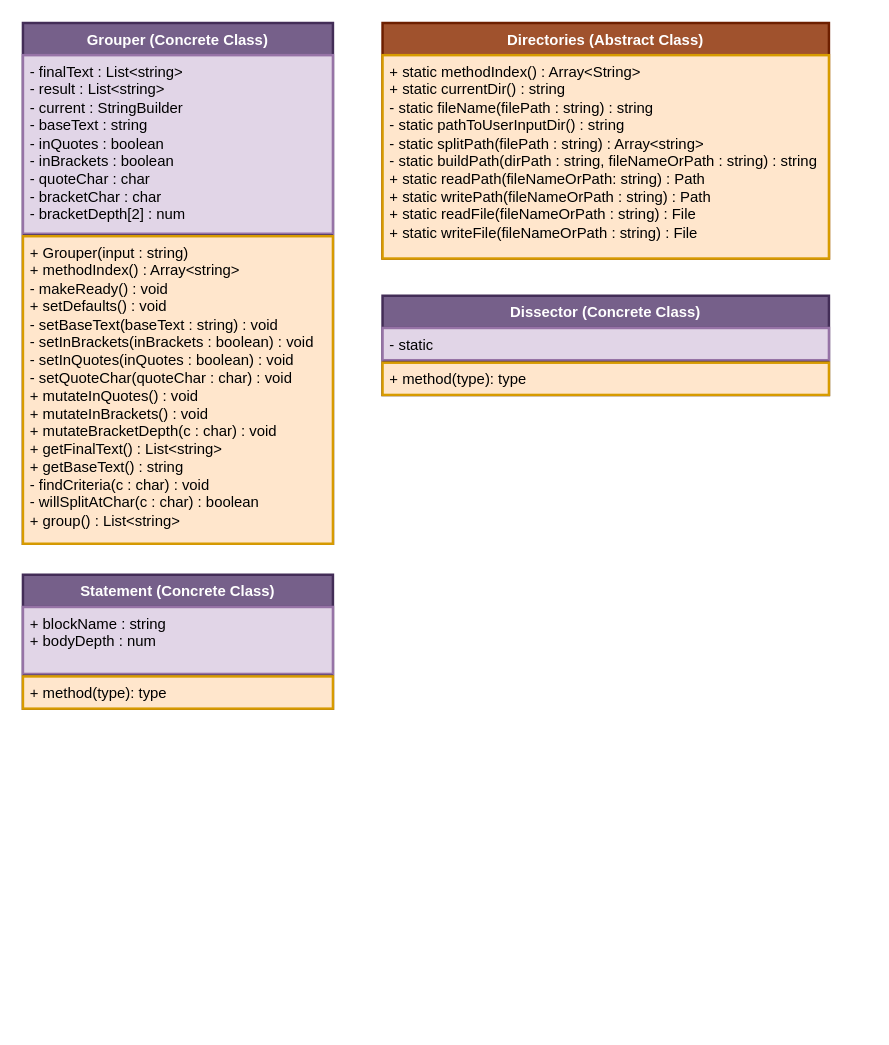
The draw.io diagram dev/ClassDiagrams.drawio in BroerSakki/PseudoCompiler, before the edit. Source tidied: cells renumbered, new cells numbered last; positions are measured from the earlier drawing's top-left corner, leaving out a move shared by most shapes. Both pictures are drawn from the tidied source at 124%, with x=0, y=0 at pixel (22, 22).
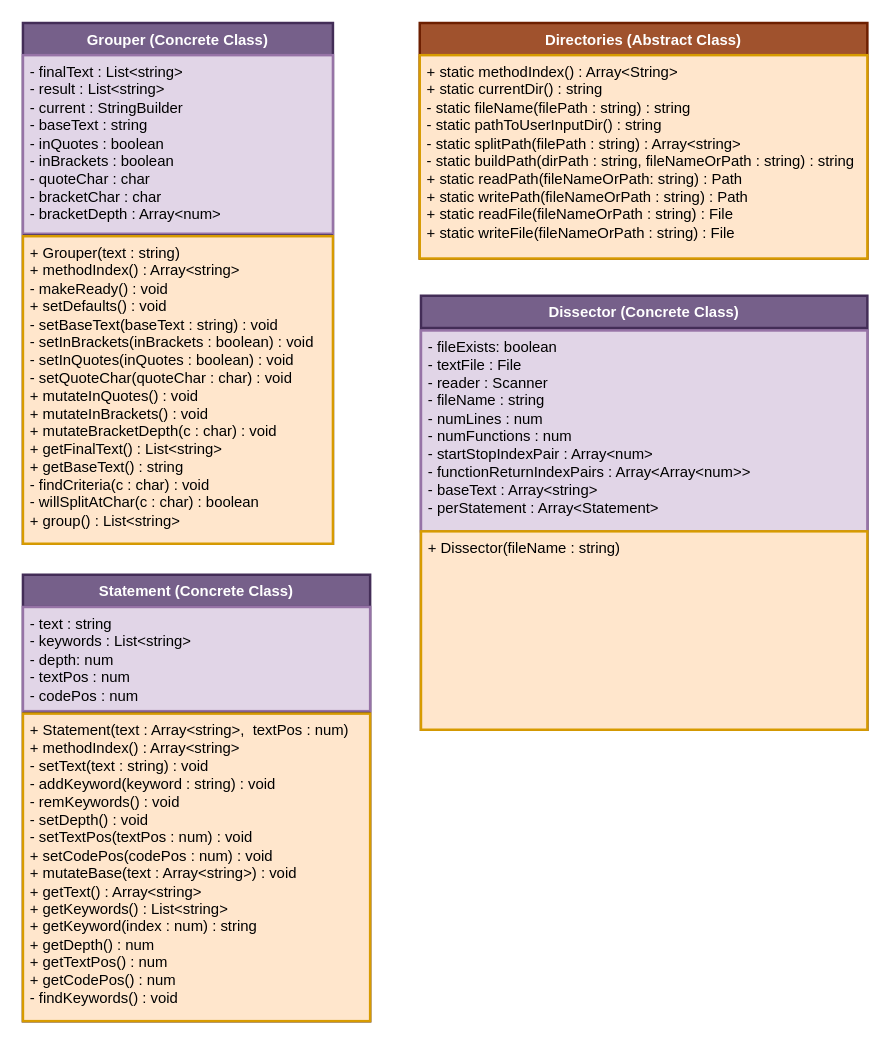
The same diagram, later.

What changed in the source:
```diff
@@
 <mxGraphModel>
   <root>
     <mxCell id="0" />
     <mxCell id="1" parent="0" />
     <mxCell id="2" value="Grouper (Concrete Class)" style="swimlane;fontStyle=1;align=center;verticalAlign=top;horizontal=1;startSize=26;whiteSpace=wrap;html=1;fillColor=#76608a;strokeColor=#432D57;fontColor=#ffffff;strokeWidth=2;" parent="1" vertex="1">
       <mxGeometry width="250" height="420" as="geometry" />
     </mxCell>
-    <mxCell id="3" value="- finalText : List&amp;lt;string&amp;gt;&lt;div&gt;- result : List&amp;lt;string&amp;gt;&lt;/div&gt;&lt;div&gt;- current : StringBuilder&lt;/div&gt;&lt;div&gt;- baseText : string&lt;/div&gt;&lt;div&gt;- inQuotes : boolean&lt;/div&gt;&lt;div&gt;- inBrackets : boolean&lt;/div&gt;&lt;div&gt;- quoteChar : char&lt;/div&gt;&lt;div&gt;- bracketChar : char&lt;/div&gt;&lt;div&gt;- bracketDepth[2] : num&lt;/div&gt;" style="text;strokeColor=#9673a6;fillColor=#e1d5e7;align=left;verticalAlign=top;spacingLeft=4;spacingRight=4;overflow=hidden;whiteSpace=wrap;html=1;strokeWidth=2;" parent="2" vertex="1">
+    <mxCell id="3" value="- finalText : List&amp;lt;string&amp;gt;&lt;div&gt;- result : List&amp;lt;string&amp;gt;&lt;/div&gt;&lt;div&gt;- current : StringBuilder&lt;/div&gt;&lt;div&gt;- baseText : string&lt;/div&gt;&lt;div&gt;- inQuotes : boolean&lt;/div&gt;&lt;div&gt;- inBrackets : boolean&lt;/div&gt;&lt;div&gt;- quoteChar : char&lt;/div&gt;&lt;div&gt;- bracketChar : char&lt;/div&gt;&lt;div&gt;- bracketDepth : Array&amp;lt;num&amp;gt;&lt;/div&gt;" style="text;strokeColor=#9673a6;fillColor=#e1d5e7;align=left;verticalAlign=top;spacingLeft=4;spacingRight=4;overflow=hidden;whiteSpace=wrap;html=1;strokeWidth=2;" parent="2" vertex="1">
       <mxGeometry y="26" width="250" height="144" as="geometry" />
     </mxCell>
     <mxCell id="4" style="line;strokeWidth=1;fillColor=none;align=left;verticalAlign=middle;spacingTop=-1;spacingLeft=3;spacingRight=3;labelPosition=right;strokeColor=inherit;" parent="2" vertex="1">
       <mxGeometry y="170" width="250" height="2" as="geometry" />
     </mxCell>
-    <mxCell id="5" value="+ Grouper(input : string)&lt;div&gt;+ methodIndex() : Array&amp;lt;string&amp;gt;&lt;br&gt;&lt;div&gt;- makeReady() : void&lt;/div&gt;&lt;div&gt;&lt;div&gt;+ setDefaults() : void&lt;/div&gt;&lt;div&gt;- setBaseText(baseText : string) : void&lt;/div&gt;&lt;/div&gt;&lt;div&gt;&lt;span style=&quot;background-color: transparent; color: light-dark(rgb(0, 0, 0), rgb(255, 255, 255));&quot;&gt;- setInBrackets(inBrackets : boolean) : void&lt;/span&gt;&lt;/div&gt;&lt;div&gt;&lt;div&gt;- setInQuotes(inQuotes : boolean) : void&lt;/div&gt;&lt;div&gt;&lt;span style=&quot;background-color: transparent; color: light-dark(rgb(0, 0, 0), rgb(255, 255, 255));&quot;&gt;- setQuoteChar(quoteChar : char) : void&lt;/span&gt;&lt;/div&gt;&lt;div&gt;&lt;span style=&quot;background-color: transparent; color: light-dark(rgb(0, 0, 0), rgb(255, 255, 255));&quot;&gt;+ mutateInQuotes() : void&lt;/span&gt;&lt;/div&gt;&lt;div&gt;+ mutateInBrackets() : void&lt;/div&gt;&lt;div&gt;+ mutateBracketDepth(c : char) : void&lt;/div&gt;&lt;div&gt;+ getFinalText() : List&amp;lt;string&amp;gt;&lt;/div&gt;&lt;/div&gt;&lt;div&gt;+ getBaseText() : string&lt;/div&gt;&lt;div&gt;- findCriteria(c : char) : void&lt;/div&gt;&lt;div&gt;- willSplitAtChar(c : char) : boolean&lt;/div&gt;&lt;div&gt;+ group() : List&amp;lt;string&amp;gt;&lt;/div&gt;&lt;/div&gt;" style="text;strokeColor=#d79b00;fillColor=#ffe6cc;align=left;verticalAlign=top;spacingLeft=4;spacingRight=4;overflow=hidden;whiteSpace=wrap;html=1;strokeWidth=2;" parent="2" vertex="1">
+    <mxCell id="5" value="+ Grouper(text : string)&lt;div&gt;+ methodIndex() : Array&amp;lt;string&amp;gt;&lt;br&gt;&lt;div&gt;- makeReady() : void&lt;/div&gt;&lt;div&gt;&lt;div&gt;+ setDefaults() : void&lt;/div&gt;&lt;div&gt;- setBaseText(baseText : string) : void&lt;/div&gt;&lt;/div&gt;&lt;div&gt;&lt;span style=&quot;background-color: transparent; color: light-dark(rgb(0, 0, 0), rgb(255, 255, 255));&quot;&gt;- setInBrackets(inBrackets : boolean) : void&lt;/span&gt;&lt;/div&gt;&lt;div&gt;&lt;div&gt;- setInQuotes(inQuotes : boolean) : void&lt;/div&gt;&lt;div&gt;&lt;span style=&quot;background-color: transparent; color: light-dark(rgb(0, 0, 0), rgb(255, 255, 255));&quot;&gt;- setQuoteChar(quoteChar : char) : void&lt;/span&gt;&lt;/div&gt;&lt;div&gt;&lt;span style=&quot;background-color: transparent; color: light-dark(rgb(0, 0, 0), rgb(255, 255, 255));&quot;&gt;+ mutateInQuotes() : void&lt;/span&gt;&lt;/div&gt;&lt;div&gt;+ mutateInBrackets() : void&lt;/div&gt;&lt;div&gt;+ mutateBracketDepth(c : char) : void&lt;/div&gt;&lt;div&gt;+ getFinalText() : List&amp;lt;string&amp;gt;&lt;/div&gt;&lt;/div&gt;&lt;div&gt;+ getBaseText() : string&lt;/div&gt;&lt;div&gt;- findCriteria(c : char) : void&lt;/div&gt;&lt;div&gt;- willSplitAtChar(c : char) : boolean&lt;/div&gt;&lt;div&gt;+ group() : List&amp;lt;string&amp;gt;&lt;/div&gt;&lt;/div&gt;" style="text;strokeColor=#d79b00;fillColor=#ffe6cc;align=left;verticalAlign=top;spacingLeft=4;spacingRight=4;overflow=hidden;whiteSpace=wrap;html=1;strokeWidth=2;" parent="2" vertex="1">
       <mxGeometry y="172" width="250" height="248" as="geometry" />
     </mxCell>
     <mxCell id="6" value="Directories (Abstract Class)" style="swimlane;fontStyle=1;align=center;verticalAlign=top;horizontal=1;startSize=26;whiteSpace=wrap;html=1;fillColor=#a0522d;strokeColor=#6D1F00;fontColor=#ffffff;strokeWidth=2;" parent="1" vertex="1">
-      <mxGeometry x="290" width="360" height="190" as="geometry" />
+      <mxGeometry x="320" width="361" height="190" as="geometry" />
     </mxCell>
     <mxCell id="7" value="&lt;div&gt;+ static methodIndex() : Array&amp;lt;String&amp;gt;&lt;/div&gt;&lt;div&gt;&lt;span style=&quot;background-color: transparent; color: light-dark(rgb(0, 0, 0), rgb(255, 255, 255));&quot;&gt;+ static currentDir() : string&lt;/span&gt;&lt;/div&gt;&lt;div&gt;- static fileName(filePath : string) : string&lt;/div&gt;- static pathToUserInputDir() : string&lt;div&gt;- static splitPath(filePath : string) : Array&amp;lt;string&amp;gt;&lt;/div&gt;&lt;div&gt;- static buildPath(dirPath : string, fileNameOrPath : string) : string&lt;/div&gt;&lt;div&gt;+ static readPath(&lt;span style=&quot;background-color: transparent; color: light-dark(rgb(0, 0, 0), rgb(255, 255, 255));&quot;&gt;fileNameOrPath: string) : Path&lt;/span&gt;&lt;/div&gt;&lt;div&gt;+ static writePath(fileNameOrPath&lt;span style=&quot;background-color: transparent; color: light-dark(rgb(0, 0, 0), rgb(255, 255, 255));&quot;&gt;&amp;nbsp;: string) : Path&lt;/span&gt;&lt;/div&gt;&lt;div&gt;&lt;span style=&quot;background-color: transparent; color: light-dark(rgb(0, 0, 0), rgb(255, 255, 255));&quot;&gt;+ static readFile(&lt;/span&gt;&lt;span style=&quot;background-color: transparent; color: light-dark(rgb(0, 0, 0), rgb(255, 255, 255));&quot;&gt;fileNameOrPath : string) : File&lt;/span&gt;&lt;/div&gt;&lt;div&gt;&lt;span style=&quot;background-color: transparent; color: light-dark(rgb(0, 0, 0), rgb(255, 255, 255));&quot;&gt;+ static writeFile(&lt;/span&gt;&lt;span style=&quot;background-color: transparent; color: light-dark(rgb(0, 0, 0), rgb(255, 255, 255));&quot;&gt;fileNameOrPath : string) : File&lt;/span&gt;&lt;/div&gt;" style="text;strokeColor=#d79b00;fillColor=#ffe6cc;align=left;verticalAlign=top;spacingLeft=4;spacingRight=4;overflow=hidden;whiteSpace=wrap;html=1;strokeWidth=2;" parent="6" vertex="1">
-      <mxGeometry y="26" width="360" height="164" as="geometry" />
+      <mxGeometry y="26" width="361" height="164" as="geometry" />
     </mxCell>
     <mxCell id="8" value="Dissector (Concrete Class)" style="swimlane;fontStyle=1;align=center;verticalAlign=top;horizontal=1;startSize=26;whiteSpace=wrap;html=1;fillColor=#76608a;strokeColor=#432D57;fontColor=#ffffff;strokeWidth=2;" parent="1" vertex="1">
-      <mxGeometry x="290" y="220" width="360" height="80" as="geometry" />
+      <mxGeometry x="321" y="220" width="360" height="350" as="geometry" />
     </mxCell>
+    <mxCell id="10" style="line;strokeWidth=1;fillColor=none;align=left;verticalAlign=middle;spacingTop=-1;spacingLeft=3;spacingRight=3;labelPosition=right;strokeColor=inherit;" parent="8" vertex="1">
+      <mxGeometry y="26" width="360" height="2" as="geometry" />
+    </mxCell>
-    <mxCell id="9" value="- static" style="text;strokeColor=#9673a6;fillColor=#e1d5e7;align=left;verticalAlign=top;spacingLeft=4;spacingRight=4;overflow=hidden;whiteSpace=wrap;html=1;strokeWidth=2;" parent="8" vertex="1">
-      <mxGeometry y="26" width="360" height="26" as="geometry" />
+    <mxCell id="9" value="- fileExists: boolean&lt;div&gt;- textFile : File&lt;/div&gt;&lt;div&gt;- reader : Scanner&lt;/div&gt;&lt;div&gt;- fileName : string&lt;/div&gt;&lt;div&gt;- numLines : num&lt;/div&gt;&lt;div&gt;- numFunctions : num&lt;/div&gt;&lt;div&gt;- startStopIndexPair : Array&amp;lt;num&amp;gt;&lt;/div&gt;&lt;div&gt;- functionReturnIndexPairs : Array&amp;lt;Array&amp;lt;num&amp;gt;&amp;gt;&lt;/div&gt;&lt;div&gt;- baseText : Array&amp;lt;string&amp;gt;&lt;/div&gt;&lt;div&gt;- perStatement : Array&amp;lt;Statement&amp;gt;&lt;/div&gt;" style="text;strokeColor=#9673a6;fillColor=#e1d5e7;align=left;verticalAlign=top;spacingLeft=4;spacingRight=4;overflow=hidden;whiteSpace=wrap;html=1;strokeWidth=2;" parent="8" vertex="1">
+      <mxGeometry y="28" width="360" height="162" as="geometry" />
     </mxCell>
-    <mxCell id="10" style="line;strokeWidth=1;fillColor=none;align=left;verticalAlign=middle;spacingTop=-1;spacingLeft=3;spacingRight=3;labelPosition=right;strokeColor=inherit;" parent="8" vertex="1">
-      <mxGeometry y="52" width="360" height="2" as="geometry" />
-    </mxCell>
-    <mxCell id="11" value="+ method(type): type" style="text;strokeColor=#d79b00;fillColor=#ffe6cc;align=left;verticalAlign=top;spacingLeft=4;spacingRight=4;overflow=hidden;whiteSpace=wrap;html=1;strokeWidth=2;" parent="8" vertex="1">
-      <mxGeometry y="54" width="360" height="26" as="geometry" />
+    <mxCell id="11" value="+ Dissector(fileName : string)" style="text;strokeColor=#d79b00;fillColor=#ffe6cc;align=left;verticalAlign=top;spacingLeft=4;spacingRight=4;overflow=hidden;whiteSpace=wrap;html=1;strokeWidth=2;" parent="8" vertex="1">
+      <mxGeometry y="190" width="360" height="160" as="geometry" />
     </mxCell>
     <mxCell id="12" value="Statement (Concrete Class)" style="swimlane;fontStyle=1;align=center;verticalAlign=top;horizontal=1;startSize=26;whiteSpace=wrap;html=1;fillColor=#76608a;strokeColor=#432D57;fontColor=#ffffff;strokeWidth=2;" parent="1" vertex="1">
-      <mxGeometry y="445" width="250" height="108" as="geometry" />
+      <mxGeometry y="445" width="280" height="360" as="geometry" />
     </mxCell>
-    <mxCell id="13" value="+ blockName : string&lt;div&gt;+ bodyDepth : num&lt;/div&gt;" style="text;strokeColor=#9673a6;fillColor=#e1d5e7;align=left;verticalAlign=top;spacingLeft=4;spacingRight=4;overflow=hidden;whiteSpace=wrap;html=1;strokeWidth=2;" parent="12" vertex="1">
-      <mxGeometry y="26" width="250" height="54" as="geometry" />
+    <mxCell id="13" value="&lt;div&gt;- text : string&lt;/div&gt;- keywords : List&amp;lt;string&amp;gt;&lt;div&gt;&lt;div&gt;- depth: num&lt;/div&gt;&lt;div&gt;- textPos : num&lt;/div&gt;&lt;div&gt;- codePos : num&lt;/div&gt;&lt;/div&gt;" style="text;strokeColor=#9673a6;fillColor=#e1d5e7;align=left;verticalAlign=top;spacingLeft=4;spacingRight=4;overflow=hidden;whiteSpace=wrap;html=1;strokeWidth=2;" parent="12" vertex="1">
+      <mxGeometry y="26" width="280" height="84" as="geometry" />
     </mxCell>
     <mxCell id="14" style="line;strokeWidth=1;fillColor=none;align=left;verticalAlign=middle;spacingTop=-1;spacingLeft=3;spacingRight=3;labelPosition=right;strokeColor=inherit;" parent="12" vertex="1">
-      <mxGeometry y="80" width="250" height="2" as="geometry" />
+      <mxGeometry y="110" width="280" height="2" as="geometry" />
     </mxCell>
-    <mxCell id="15" value="+ method(type): type" style="text;strokeColor=#d79b00;fillColor=#ffe6cc;align=left;verticalAlign=top;spacingLeft=4;spacingRight=4;overflow=hidden;whiteSpace=wrap;html=1;strokeWidth=2;" parent="12" vertex="1">
-      <mxGeometry y="82" width="250" height="26" as="geometry" />
+    <mxCell id="15" value="+ Statement(text : Array&amp;lt;string&amp;gt;,&amp;nbsp; textPos : num)&lt;div&gt;+ methodIndex() : Array&amp;lt;string&amp;gt;&lt;/div&gt;&lt;div&gt;- setText(text : string) : void&lt;/div&gt;&lt;div&gt;- addKeyword(keyword : string) : void&lt;/div&gt;&lt;div&gt;- remKeywords() : void&lt;/div&gt;&lt;div&gt;&lt;span style=&quot;background-color: transparent; color: light-dark(rgb(0, 0, 0), rgb(255, 255, 255));&quot;&gt;- setDepth() : void&lt;/span&gt;&lt;/div&gt;&lt;div&gt;- setTextPos(textPos : num) : void&lt;/div&gt;&lt;div&gt;+ setCodePos(codePos : num) : void&lt;/div&gt;&lt;div&gt;+ mutateBase(text : Array&amp;lt;string&amp;gt;) : void&lt;/div&gt;&lt;div&gt;+ getText() : Array&amp;lt;string&amp;gt;&lt;/div&gt;&lt;div&gt;+ getKeywords() : List&amp;lt;string&amp;gt;&lt;/div&gt;&lt;div&gt;+ getKeyword(index : num) : string&lt;/div&gt;&lt;div&gt;&lt;span style=&quot;background-color: transparent; color: light-dark(rgb(0, 0, 0), rgb(255, 255, 255));&quot;&gt;+ getDepth() : num&lt;/span&gt;&lt;/div&gt;&lt;div&gt;+ getTextPos() : num&lt;/div&gt;&lt;div&gt;+ getCodePos() : num&lt;/div&gt;&lt;div&gt;- findKeywords() : void&lt;/div&gt;" style="text;strokeColor=#d79b00;fillColor=#ffe6cc;align=left;verticalAlign=top;spacingLeft=4;spacingRight=4;overflow=hidden;whiteSpace=wrap;html=1;strokeWidth=2;" parent="12" vertex="1">
+      <mxGeometry y="112" width="280" height="248" as="geometry" />
     </mxCell>
   </root>
 </mxGraphModel>
```
